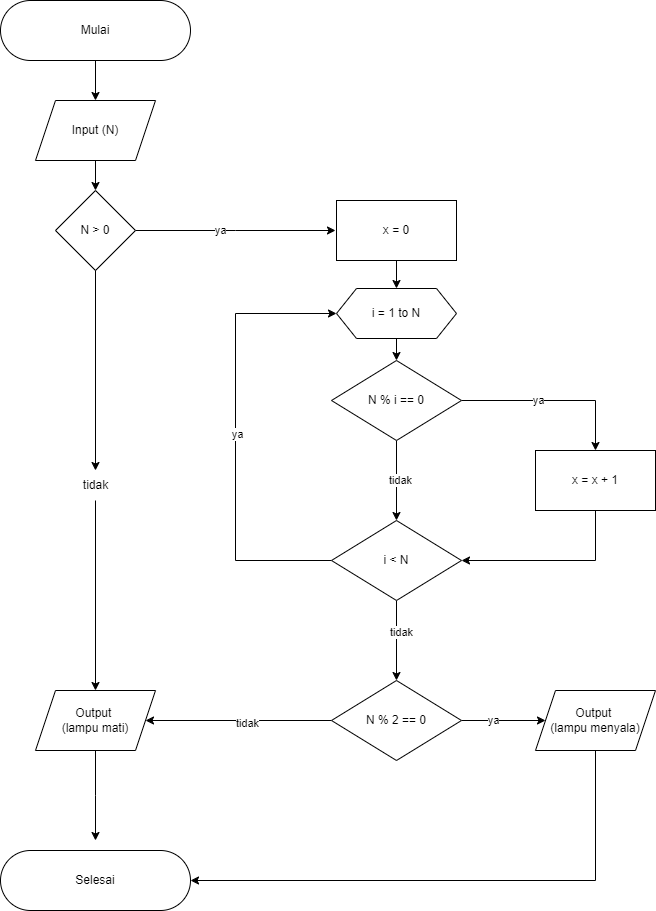
Before: Tugas Algoritma/Problem 2 - Lampu dan Tombol!.png, a diagram exported from draw.io (hfzdrmwn96/ALTA-BE23-HAFIZ). Source tidied: cells renumbered, new cells last; positions are measured from the earlier drawing's top-left corner, leaving out a move shared by most shapes. The source it was exported from:
```xml
<mxGraphModel background="#ffffff">
  <root>
    <mxCell id="0" />
    <mxCell id="1" parent="0" />
    <mxCell id="2" style="edgeStyle=orthogonalEdgeStyle;rounded=0;jettySize=auto;html=1;entryX=0.5;entryY=0;entryDx=0;entryDy=0;" parent="1" edge="1" source="3" target="5">
      <mxGeometry relative="1" as="geometry" />
    </mxCell>
    <mxCell id="3" value="Mulai" style="rounded=1;whiteSpace=wrap;html=1;arcSize=50;" parent="1" vertex="1">
      <mxGeometry width="190" height="60" as="geometry" />
    </mxCell>
    <mxCell id="4" style="edgeStyle=orthogonalEdgeStyle;rounded=0;jettySize=auto;html=1;" parent="1" edge="1" source="5" target="10">
      <mxGeometry relative="1" as="geometry" />
    </mxCell>
    <mxCell id="5" value="Input (N)" style="shape=parallelogram;perimeter=parallelogramPerimeter;whiteSpace=wrap;html=1;fixedSize=1;" parent="1" vertex="1">
      <mxGeometry x="35" y="100" width="120" height="60" as="geometry" />
    </mxCell>
    <mxCell id="6" style="edgeStyle=orthogonalEdgeStyle;rounded=0;jettySize=auto;html=1;" parent="1" edge="1" source="10">
      <mxGeometry relative="1" as="geometry">
        <mxPoint x="335" y="230" as="targetPoint" />
      </mxGeometry>
    </mxCell>
    <mxCell id="7" value="ya" style="edgeLabel;html=1;align=center;verticalAlign=middle;" parent="6" vertex="1">
      <mxGeometry x="-0.17" y="-2" relative="1" as="geometry">
        <mxPoint x="131" y="-2" as="offset" />
      </mxGeometry>
    </mxCell>
    <mxCell id="8" value="ya" style="edgeLabel;html=1;align=center;verticalAlign=middle;" parent="6" vertex="1">
      <mxGeometry x="-0.16" y="1" relative="1" as="geometry" />
    </mxCell>
    <mxCell id="9" style="edgeStyle=orthogonalEdgeStyle;rounded=0;jettySize=auto;html=1;entryX=0.5;entryY=0;entryDx=0;entryDy=0;" parent="1" edge="1" source="32" target="12">
      <mxGeometry relative="1" as="geometry" />
    </mxCell>
    <mxCell id="10" value="N &amp;gt; 0" style="rhombus;whiteSpace=wrap;html=1;" parent="1" vertex="1">
      <mxGeometry x="55" y="190" width="80" height="80" as="geometry" />
    </mxCell>
    <mxCell id="11" style="edgeStyle=orthogonalEdgeStyle;rounded=0;jettySize=auto;html=1;" parent="1" edge="1" source="12">
      <mxGeometry relative="1" as="geometry">
        <mxPoint x="95" y="840" as="targetPoint" />
      </mxGeometry>
    </mxCell>
    <mxCell id="12" value="Output&amp;nbsp;&lt;div&gt;(lampu mati)&lt;/div&gt;" style="shape=parallelogram;perimeter=parallelogramPerimeter;whiteSpace=wrap;html=1;fixedSize=1;" parent="1" vertex="1">
      <mxGeometry x="35" y="690" width="120" height="60" as="geometry" />
    </mxCell>
    <mxCell id="13" value="Selesai" style="rounded=1;whiteSpace=wrap;html=1;arcSize=50;" parent="1" vertex="1">
      <mxGeometry y="850" width="190" height="60" as="geometry" />
    </mxCell>
    <mxCell id="14" style="edgeStyle=orthogonalEdgeStyle;rounded=0;jettySize=auto;html=1;" parent="1" edge="1" target="16">
      <mxGeometry relative="1" as="geometry">
        <mxPoint x="396" y="260" as="sourcePoint" />
      </mxGeometry>
    </mxCell>
    <mxCell id="15" style="edgeStyle=orthogonalEdgeStyle;rounded=0;jettySize=auto;html=1;" parent="1" edge="1" source="16" target="18">
      <mxGeometry relative="1" as="geometry" />
    </mxCell>
    <mxCell id="16" value="x = 0" style="rounded=0;whiteSpace=wrap;html=1;" parent="1" vertex="1">
      <mxGeometry x="336" y="200" width="120" height="60" as="geometry" />
    </mxCell>
    <mxCell id="17" style="edgeStyle=orthogonalEdgeStyle;rounded=0;jettySize=auto;html=1;" parent="1" edge="1" source="18" target="23">
      <mxGeometry relative="1" as="geometry" />
    </mxCell>
    <mxCell id="18" value="i = 1 to N" style="shape=hexagon;perimeter=hexagonPerimeter2;whiteSpace=wrap;html=1;fixedSize=1;rounded=0;" parent="1" vertex="1">
      <mxGeometry x="336" y="288" width="120" height="50" as="geometry" />
    </mxCell>
    <mxCell id="19" style="edgeStyle=orthogonalEdgeStyle;rounded=0;jettySize=auto;html=1;" parent="1" edge="1" source="23" target="25">
      <mxGeometry relative="1" as="geometry" />
    </mxCell>
    <mxCell id="20" value="ya" style="edgeLabel;html=1;align=center;verticalAlign=middle;" parent="19" vertex="1">
      <mxGeometry x="-0.18" y="1" relative="1" as="geometry" />
    </mxCell>
    <mxCell id="21" style="edgeStyle=orthogonalEdgeStyle;rounded=0;jettySize=auto;html=1;" parent="1" edge="1" source="23" target="30">
      <mxGeometry relative="1" as="geometry" />
    </mxCell>
    <mxCell id="22" value="tidak" style="edgeLabel;html=1;align=center;verticalAlign=middle;" parent="21" vertex="1">
      <mxGeometry x="-0.03" y="3" relative="1" as="geometry" />
    </mxCell>
    <mxCell id="23" value="N % i == 0" style="rhombus;whiteSpace=wrap;html=1;rounded=0;" parent="1" vertex="1">
      <mxGeometry x="331" y="360" width="130" height="80" as="geometry" />
    </mxCell>
    <mxCell id="24" style="edgeStyle=orthogonalEdgeStyle;rounded=0;jettySize=auto;html=1;entryX=1;entryY=0.5;entryDx=0;entryDy=0;" parent="1" edge="1" source="25" target="30">
      <mxGeometry relative="1" as="geometry">
        <Array as="points">
          <mxPoint x="595" y="560" />
        </Array>
      </mxGeometry>
    </mxCell>
    <mxCell id="25" value="x = x + 1" style="whiteSpace=wrap;html=1;rounded=0;" parent="1" vertex="1">
      <mxGeometry x="535" y="450" width="120" height="60" as="geometry" />
    </mxCell>
    <mxCell id="26" style="edgeStyle=orthogonalEdgeStyle;rounded=0;jettySize=auto;html=1;" parent="1" edge="1" source="30" target="37">
      <mxGeometry relative="1" as="geometry" />
    </mxCell>
    <mxCell id="27" value="tidak" style="edgeLabel;html=1;align=center;verticalAlign=middle;" parent="26" vertex="1">
      <mxGeometry x="-0.23" y="4" relative="1" as="geometry" />
    </mxCell>
    <mxCell id="28" style="edgeStyle=orthogonalEdgeStyle;rounded=0;jettySize=auto;html=1;entryX=0;entryY=0.5;entryDx=0;entryDy=0;" parent="1" edge="1" source="30" target="18">
      <mxGeometry relative="1" as="geometry">
        <Array as="points">
          <mxPoint x="235" y="560" />
          <mxPoint x="235" y="313" />
        </Array>
      </mxGeometry>
    </mxCell>
    <mxCell id="29" value="ya" style="edgeLabel;html=1;align=center;verticalAlign=middle;" parent="28" vertex="1">
      <mxGeometry y="-1" relative="1" as="geometry" />
    </mxCell>
    <mxCell id="30" value="i &amp;lt; N" style="rhombus;whiteSpace=wrap;html=1;rounded=0;" parent="1" vertex="1">
      <mxGeometry x="331" y="520" width="130" height="80" as="geometry" />
    </mxCell>
    <mxCell id="31" style="edgeStyle=orthogonalEdgeStyle;rounded=0;jettySize=auto;html=1;entryX=0.5;entryY=0;entryDx=0;entryDy=0;" parent="1" edge="1" source="10" target="32">
      <mxGeometry relative="1" as="geometry" />
    </mxCell>
    <mxCell id="32" value="tidak" style="text;html=1;align=center;verticalAlign=middle;points=[];strokeColor=none;fillColor=none;" parent="1" vertex="1">
      <mxGeometry x="70" y="470" width="50" height="30" as="geometry" />
    </mxCell>
    <mxCell id="33" style="edgeStyle=orthogonalEdgeStyle;rounded=0;jettySize=auto;html=1;entryX=1;entryY=0.5;entryDx=0;entryDy=0;" parent="1" edge="1" source="37" target="12">
      <mxGeometry relative="1" as="geometry" />
    </mxCell>
    <mxCell id="34" value="tidak" style="edgeLabel;html=1;align=center;verticalAlign=middle;" parent="33" vertex="1">
      <mxGeometry x="-0.09" y="2" relative="1" as="geometry" />
    </mxCell>
    <mxCell id="35" style="edgeStyle=orthogonalEdgeStyle;rounded=0;jettySize=auto;html=1;" parent="1" edge="1" source="37" target="39">
      <mxGeometry relative="1" as="geometry" />
    </mxCell>
    <mxCell id="36" value="ya" style="edgeLabel;html=1;align=center;verticalAlign=middle;" parent="35" vertex="1">
      <mxGeometry x="-0.29" y="1" relative="1" as="geometry">
        <mxPoint x="1" as="offset" />
      </mxGeometry>
    </mxCell>
    <mxCell id="37" value="N % 2 == 0" style="rhombus;whiteSpace=wrap;html=1;rounded=0;" parent="1" vertex="1">
      <mxGeometry x="331" y="680" width="130" height="80" as="geometry" />
    </mxCell>
    <mxCell id="38" style="edgeStyle=orthogonalEdgeStyle;rounded=0;jettySize=auto;html=1;entryX=1;entryY=0.5;entryDx=0;entryDy=0;" parent="1" edge="1" source="39" target="13">
      <mxGeometry relative="1" as="geometry">
        <Array as="points">
          <mxPoint x="595" y="880" />
        </Array>
      </mxGeometry>
    </mxCell>
    <mxCell id="39" value="Output&amp;nbsp;&lt;div&gt;(lampu menyala)&lt;/div&gt;" style="shape=parallelogram;perimeter=parallelogramPerimeter;whiteSpace=wrap;html=1;fixedSize=1;rounded=0;" parent="1" vertex="1">
      <mxGeometry x="535" y="690" width="120" height="60" as="geometry" />
    </mxCell>
  </root>
</mxGraphModel>
```
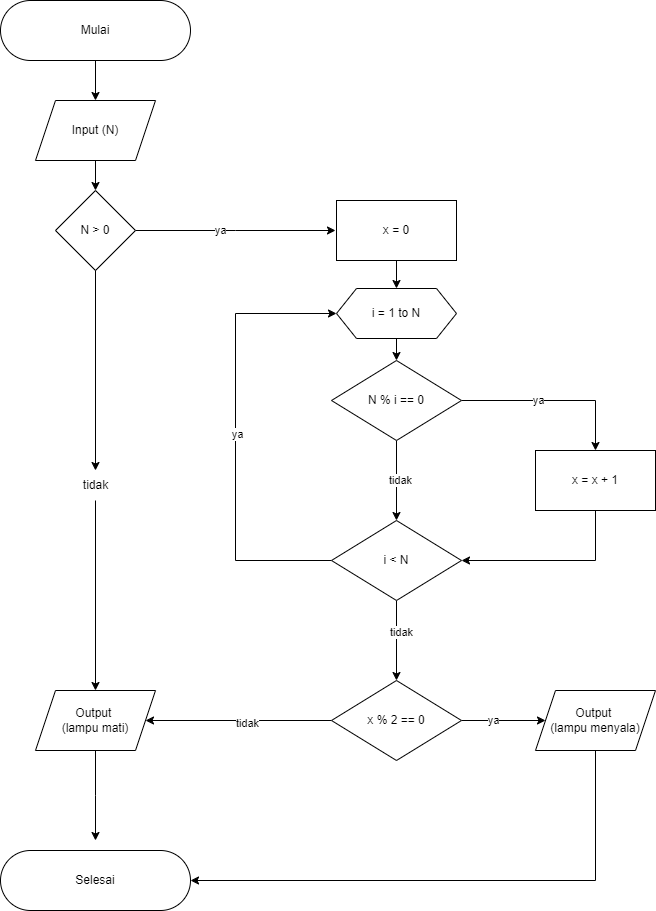
The same diagram one commit later.

Commit message:
revisi gambar problem 2

Change to the diagram source:
```diff
@@ -126,7 +126,7 @@
         <mxPoint x="1" as="offset" />
       </mxGeometry>
     </mxCell>
-    <mxCell id="37" value="N % 2 == 0" style="rhombus;whiteSpace=wrap;html=1;rounded=0;" parent="1" vertex="1">
+    <mxCell id="37" value="x % 2 == 0" style="rhombus;whiteSpace=wrap;html=1;rounded=0;" parent="1" vertex="1">
       <mxGeometry x="331" y="680" width="130" height="80" as="geometry" />
     </mxCell>
     <mxCell id="38" style="edgeStyle=orthogonalEdgeStyle;rounded=0;jettySize=auto;html=1;entryX=1;entryY=0.5;entryDx=0;entryDy=0;" parent="1" edge="1" source="39" target="13">
```
